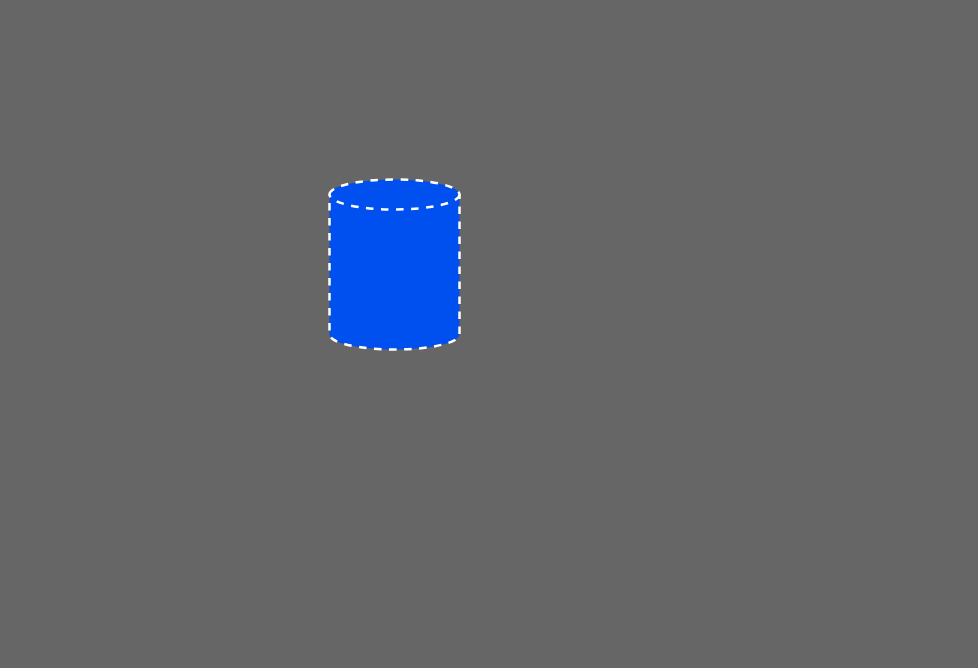
The draw.io diagram CNN Arch-Disease.drawio in sanils2002/Potato-Leaf-Disease, before the edit. Source tidied: cells renumbered, new cells numbered last; positions are measured from the earlier drawing's top-left corner, leaving out a move shared by most shapes. Both pictures are drawn from the tidied source at 100%, with x=0, y=0 at pixel (329, 179).
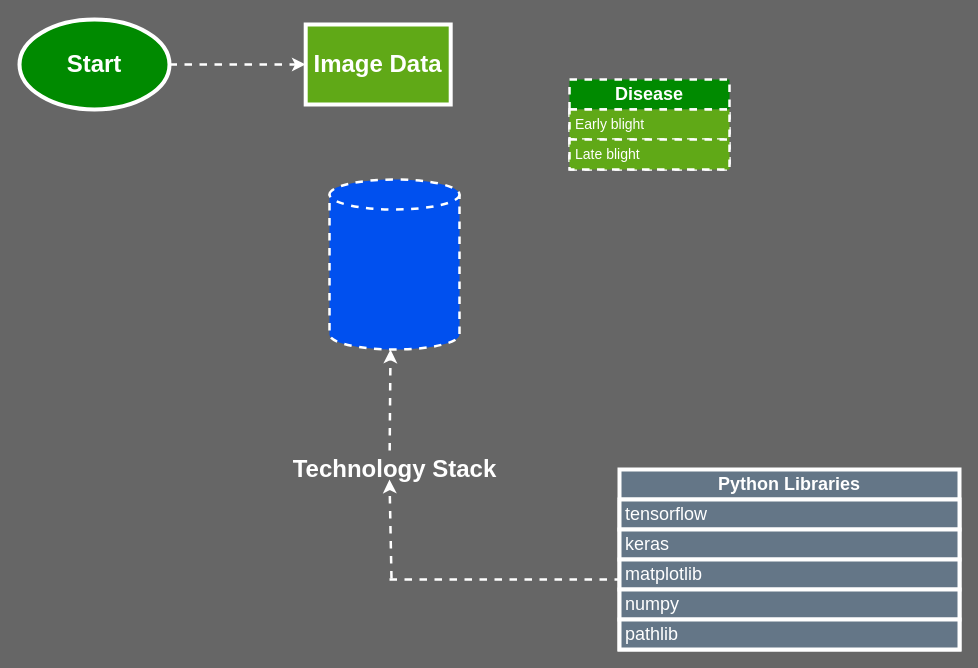
Above is the later version.

What changed in the source:
```diff
@@
+    <mxCell id="3" value="&lt;b&gt;&lt;font style=&quot;font-size: 18px;&quot;&gt;Disease&lt;/font&gt;&lt;/b&gt;" style="swimlane;fontStyle=0;horizontal=1;startSize=30;whiteSpace=wrap;html=1;fillColor=#008a00;fontColor=#ffffff;strokeColor=#FFFFFF;strokeWidth=2.5;dashed=1;" parent="1" vertex="1">
+      <mxGeometry x="240" y="-100" width="160" height="90" as="geometry" />
+    </mxCell>
+    <mxCell id="4" value="&lt;font style=&quot;font-size: 14px;&quot; color=&quot;#ffffff&quot;&gt;Early blight&lt;/font&gt;" style="text;strokeColor=#FFFFFF;fillColor=#60a917;align=left;verticalAlign=middle;spacingLeft=4;spacingRight=4;overflow=hidden;whiteSpace=wrap;html=1;fontColor=#ffffff;strokeWidth=2.5;dashed=1;" parent="3" vertex="1">
+      <mxGeometry y="30" width="160" height="30" as="geometry" />
+    </mxCell>
+    <mxCell id="5" value="&lt;font style=&quot;font-size: 14px;&quot; color=&quot;#ffffff&quot;&gt;Late blight&lt;/font&gt;" style="text;strokeColor=#FFFFFF;fillColor=#60a917;align=left;verticalAlign=middle;spacingLeft=4;spacingRight=4;overflow=hidden;whiteSpace=wrap;html=1;fontColor=#ffffff;strokeWidth=2.5;dashed=1;" parent="3" vertex="1">
+      <mxGeometry y="60" width="160" height="30" as="geometry" />
+    </mxCell>
+    <mxCell id="6" value="&lt;font style=&quot;font-size: 18px;&quot;&gt;&lt;b&gt;Python Libraries&lt;/b&gt;&lt;/font&gt;" style="swimlane;fontStyle=0;horizontal=1;startSize=30;whiteSpace=wrap;html=1;fillColor=#647687;strokeColor=#FFFFFF;strokeWidth=4;fontColor=#ffffff;" parent="1" vertex="1">
+      <mxGeometry x="290" y="290" width="340" height="180" as="geometry" />
+    </mxCell>
+    <mxCell id="7" value="&lt;font style=&quot;font-size: 18px;&quot;&gt;tensorflow&lt;/font&gt;" style="text;strokeColor=#FFFFFF;fillColor=#647687;align=left;verticalAlign=middle;spacingLeft=4;spacingRight=4;overflow=hidden;whiteSpace=wrap;html=1;fontColor=#ffffff;strokeWidth=4;" parent="6" vertex="1">
+      <mxGeometry y="30" width="340" height="30" as="geometry" />
+    </mxCell>
+    <mxCell id="8" value="&lt;font style=&quot;font-size: 18px;&quot;&gt;keras&lt;/font&gt;" style="text;strokeColor=#FFFFFF;fillColor=#647687;align=left;verticalAlign=middle;spacingLeft=4;spacingRight=4;overflow=hidden;whiteSpace=wrap;html=1;fontColor=#ffffff;strokeWidth=4;" parent="6" vertex="1">
+      <mxGeometry y="60" width="340" height="30" as="geometry" />
+    </mxCell>
+    <mxCell id="9" value="&lt;span style=&quot;font-size: 18px;&quot;&gt;matplotlib&lt;/span&gt;" style="text;strokeColor=#FFFFFF;fillColor=#647687;align=left;verticalAlign=middle;spacingLeft=4;spacingRight=4;overflow=hidden;whiteSpace=wrap;html=1;fontColor=#ffffff;strokeWidth=4;" parent="6" vertex="1">
+      <mxGeometry y="90" width="340" height="30" as="geometry" />
+    </mxCell>
+    <mxCell id="10" value="&lt;span style=&quot;font-size: 18px;&quot;&gt;numpy&lt;/span&gt;" style="text;strokeColor=#FFFFFF;fillColor=#647687;align=left;verticalAlign=middle;spacingLeft=4;spacingRight=4;overflow=hidden;whiteSpace=wrap;html=1;fontColor=#ffffff;strokeWidth=4;" parent="6" vertex="1">
+      <mxGeometry y="120" width="340" height="30" as="geometry" />
+    </mxCell>
+    <mxCell id="11" value="&lt;span style=&quot;font-size: 18px;&quot;&gt;pathlib&lt;/span&gt;" style="text;strokeColor=#FFFFFF;fillColor=#647687;align=left;verticalAlign=middle;spacingLeft=4;spacingRight=4;overflow=hidden;whiteSpace=wrap;html=1;fontColor=#ffffff;strokeWidth=4;" parent="6" vertex="1">
+      <mxGeometry y="150" width="340" height="30" as="geometry" />
+    </mxCell>
+    <mxCell id="12" style="endArrow=classic;html=1;rounded=0;strokeWidth=2.5;strokeColor=#FFFFFF;exitX=0.479;exitY=0.025;exitDx=0;exitDy=0;exitPerimeter=0;dashed=1;" parent="1" edge="1" source="14">
+      <mxGeometry relative="1" as="geometry">
+        <mxPoint x="61" y="170" as="targetPoint" />
+      </mxGeometry>
+    </mxCell>
+    <mxCell id="13" style="endArrow=none;html=1;rounded=0;strokeColor=#FFFFFF;strokeWidth=2.5;dashed=1;" parent="1" edge="1">
+      <mxGeometry relative="1" as="geometry">
+        <mxPoint x="60" y="400" as="sourcePoint" />
+        <mxPoint x="290" y="400" as="targetPoint" />
+      </mxGeometry>
+    </mxCell>
+    <mxCell id="14" value="&lt;font color=&quot;#ffffff&quot; style=&quot;font-size: 24px;&quot;&gt;&lt;b&gt;Technology Stack&lt;/b&gt;&lt;/font&gt;" style="text;html=1;align=center;verticalAlign=middle;points=[];strokeColor=none;fillColor=none;" parent="1" vertex="1">
+      <mxGeometry x="-50" y="270" width="230" height="40" as="geometry" />
+    </mxCell>
+    <mxCell id="15" style="endArrow=classic;html=1;rounded=0;strokeWidth=2.5;strokeColor=#FFFFFF;entryX=0.474;entryY=1.025;entryDx=0;entryDy=0;entryPerimeter=0;dashed=1;" parent="1" edge="1">
+      <mxGeometry relative="1" as="geometry">
+        <mxPoint x="62" y="399" as="sourcePoint" />
+        <mxPoint x="60" y="300" as="targetPoint" />
+      </mxGeometry>
+    </mxCell>
+    <mxCell id="16" style="edgeStyle=orthogonalEdgeStyle;rounded=0;jettySize=auto;html=1;exitX=1;exitY=0.5;exitDx=0;exitDy=0;strokeWidth=2.5;strokeColor=#FFFFFF;dashed=1;" parent="1" edge="1" source="17" target="18">
+      <mxGeometry relative="1" as="geometry" />
+    </mxCell>
+    <mxCell id="17" value="&lt;font color=&quot;#ffffff&quot; size=&quot;1&quot; style=&quot;&quot;&gt;&lt;b style=&quot;font-size: 24px;&quot;&gt;Start&lt;/b&gt;&lt;/font&gt;" style="ellipse;whiteSpace=wrap;html=1;fillColor=#008a00;strokeColor=#FFFFFF;strokeWidth=4;fontColor=#ffffff;" parent="1" vertex="1">
+      <mxGeometry x="-310" y="-160" width="150" height="90" as="geometry" />
+    </mxCell>
+    <mxCell id="18" value="&lt;font style=&quot;font-size: 24px;&quot;&gt;&lt;b&gt;Image Data&lt;/b&gt;&lt;/font&gt;" style="rounded=0;whiteSpace=wrap;html=1;fillColor=#60a917;strokeColor=#FFFFFF;strokeWidth=4;fontColor=#ffffff;" parent="1" vertex="1">
+      <mxGeometry x="-23.8" y="-155" width="145" height="80" as="geometry" />
+    </mxCell>
```
